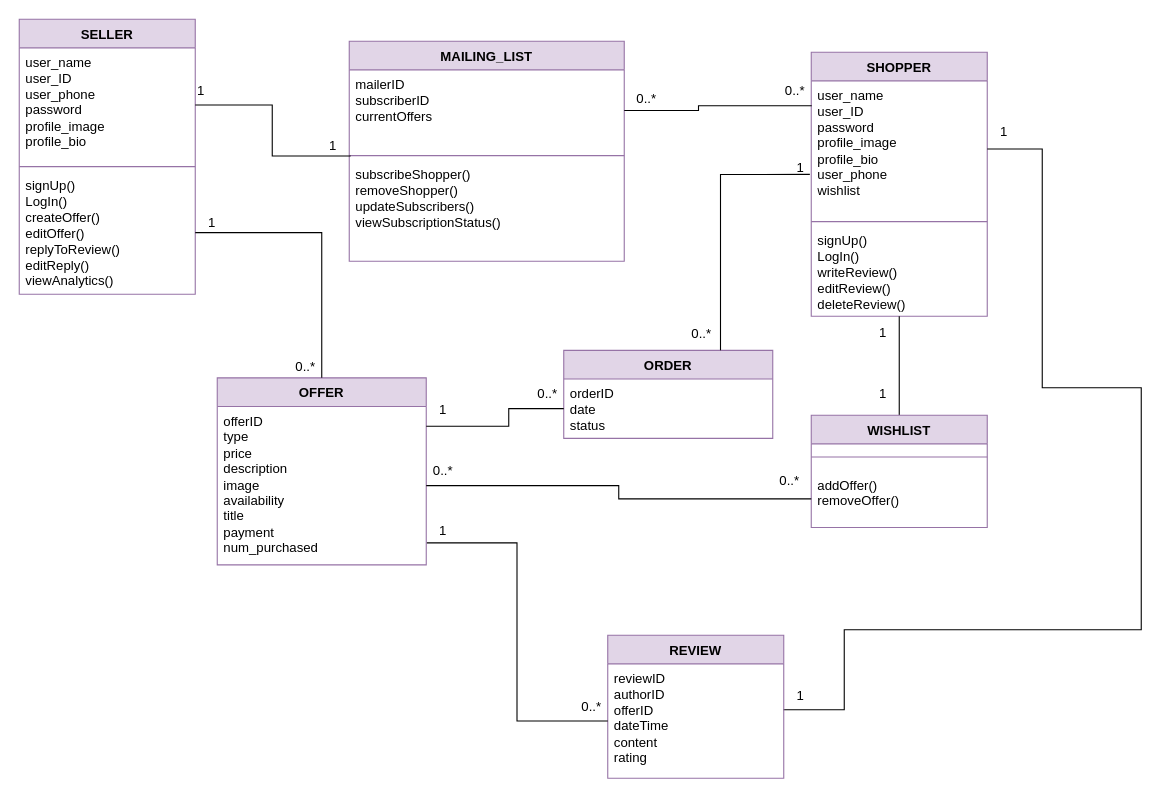
Before: doc/object-oriented-design/drawio/SpartansListUMLDiagram.drawio in wilsonality/f25-team2, a draw.io diagram. Source tidied: cells renumbered, new cells numbered last; positions are measured from the earlier drawing's top-left corner, leaving out a move shared by most shapes. Both pictures are drawn from the tidied source at 110%, with x=0, y=0 at pixel (19, 19).
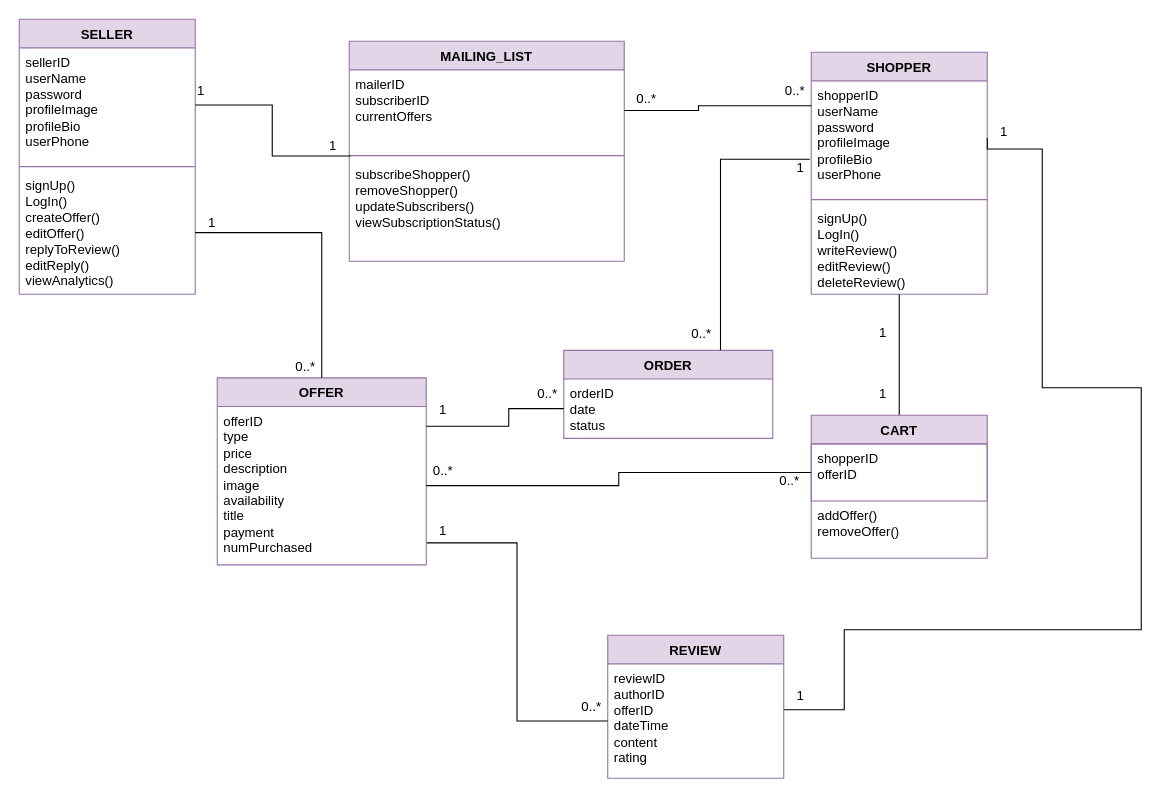
After the change.

Unchanged cells that the change refers to:
```xml
<mxCell id="16" value="SELLER" style="swimlane;fontStyle=1;align=center;verticalAlign=top;horizontal=1;startSize=26;whiteSpace=wrap;html=1;fillColor=#e1d5e7;strokeColor=#9673a6;" parent="1" vertex="1">
  <mxGeometry width="160" height="250" as="geometry" />
</mxCell>
<mxCell id="23" value="OFFER" style="swimlane;fontStyle=1;align=center;verticalAlign=top;horizontal=1;startSize=26;whiteSpace=wrap;html=1;fillColor=#e1d5e7;strokeColor=#9673a6;" parent="1" vertex="1">
  <mxGeometry x="180" y="326" width="190" height="170" as="geometry" />
</mxCell>
```

The edit, as a diff of the source:
```diff
@@
     <mxCell id="4" value="SHOPPER" style="swimlane;fontStyle=1;align=center;verticalAlign=top;horizontal=1;startSize=26;whiteSpace=wrap;html=1;fillColor=#e1d5e7;strokeColor=#9673a6;" parent="1" vertex="1">
-      <mxGeometry x="720" y="30" width="160" height="240" as="geometry" />
+      <mxGeometry x="720" y="30" width="160" height="220" as="geometry" />
     </mxCell>
-    <mxCell id="5" value="user_name&lt;div&gt;user_ID&lt;/div&gt;&lt;div&gt;password&lt;/div&gt;&lt;div&gt;profile_image&lt;/div&gt;&lt;div&gt;profile_bio&lt;/div&gt;&lt;div&gt;user_phone&lt;/div&gt;&lt;div&gt;wishlist&lt;/div&gt;" style="text;strokeColor=none;fillColor=none;align=left;verticalAlign=top;spacingLeft=4;spacingRight=4;overflow=hidden;points=[[0,0.5],[1,0.5]];portConstraint=eastwest;whiteSpace=wrap;html=1;" parent="4" vertex="1">
-      <mxGeometry y="26" width="160" height="124" as="geometry" />
+    <mxCell id="5" value="shopperID&lt;div&gt;userName&lt;div&gt;password&lt;/div&gt;&lt;div&gt;profileImage&lt;/div&gt;&lt;div&gt;profileBio&lt;/div&gt;&lt;div&gt;userPhone&lt;/div&gt;&lt;/div&gt;" style="text;strokeColor=none;fillColor=none;align=left;verticalAlign=top;spacingLeft=4;spacingRight=4;overflow=hidden;points=[[0,0.5],[1,0.5]];portConstraint=eastwest;whiteSpace=wrap;html=1;" parent="4" vertex="1">
+      <mxGeometry y="26" width="160" height="104" as="geometry" />
     </mxCell>
     <mxCell id="6" style="line;strokeWidth=1;fillColor=none;align=left;verticalAlign=middle;spacingTop=-1;spacingLeft=3;spacingRight=3;labelPosition=right;strokeColor=inherit;" parent="4" vertex="1">
-      <mxGeometry y="150" width="160" height="8" as="geometry" />
+      <mxGeometry y="130" width="160" height="8" as="geometry" />
     </mxCell>
     <mxCell id="7" value="signUp()&lt;div&gt;LogIn()&lt;/div&gt;&lt;div&gt;writeReview()&lt;/div&gt;&lt;div&gt;editReview()&lt;/div&gt;&lt;div&gt;deleteReview()&lt;/div&gt;" style="text;strokeColor=none;fillColor=none;align=left;verticalAlign=top;spacingLeft=4;spacingRight=4;overflow=hidden;whiteSpace=wrap;html=1;" parent="4" vertex="1">
-      <mxGeometry y="158" width="160" height="82" as="geometry" />
+      <mxGeometry y="138" width="160" height="82" as="geometry" />
     </mxCell>
@@
-    <mxCell id="9" value="WISHLIST" style="swimlane;fontStyle=1;align=center;verticalAlign=top;horizontal=1;startSize=26;whiteSpace=wrap;html=1;fillColor=#e1d5e7;strokeColor=#9673a6;" parent="1" vertex="1">
-      <mxGeometry x="720" y="360" width="160" height="102" as="geometry" />
+    <mxCell id="9" value="CART" style="swimlane;fontStyle=1;align=center;verticalAlign=top;horizontal=1;startSize=26;whiteSpace=wrap;html=1;fillColor=#e1d5e7;strokeColor=#9673a6;swimlaneLine=1;" parent="1" vertex="1">
+      <mxGeometry x="720" y="360" width="160" height="130" as="geometry" />
     </mxCell>
-    <mxCell id="10" style="line;strokeWidth=1;fillColor=none;align=left;verticalAlign=middle;spacingTop=-1;spacingLeft=3;spacingRight=3;labelPosition=right;strokeColor=inherit;" parent="9" vertex="1">
-      <mxGeometry y="26" width="160" height="24" as="geometry" />
-    </mxCell>
-    <mxCell id="11" value="&lt;div&gt;addOffer()&lt;/div&gt;&lt;div&gt;removeOffer()&lt;/div&gt;" style="text;strokeColor=none;fillColor=none;align=left;verticalAlign=top;spacingLeft=4;spacingRight=4;overflow=hidden;points=[[0,0.5],[1,0.5]];portConstraint=eastwest;whiteSpace=wrap;html=1;" parent="9" vertex="1">
-      <mxGeometry y="50" width="160" height="52" as="geometry" />
+    <mxCell id="11" value="&lt;div&gt;shopperID&lt;/div&gt;&lt;div&gt;offerID&lt;/div&gt;" style="text;align=left;verticalAlign=top;spacingLeft=4;spacingRight=4;overflow=hidden;points=[[0,0.5],[1,0.5]];portConstraint=eastwest;whiteSpace=wrap;html=1;rounded=0;strokeColor=light-dark(#9773a6, #ededed);" parent="9" vertex="1">
+      <mxGeometry y="26" width="160" height="52" as="geometry" />
     </mxCell>
+    <mxCell id="50" value="&lt;div&gt;addOffer()&lt;/div&gt;&lt;div&gt;removeOffer()&lt;/div&gt;" style="text;strokeColor=none;fillColor=none;align=left;verticalAlign=top;spacingLeft=4;spacingRight=4;overflow=hidden;whiteSpace=wrap;html=1;" parent="9" vertex="1">
+      <mxGeometry y="78" width="160" height="52" as="geometry" />
+    </mxCell>
@@
-    <mxCell id="17" value="user_name&lt;div&gt;user_ID&lt;/div&gt;&lt;div&gt;user_phone&lt;/div&gt;&lt;div&gt;password&lt;/div&gt;&lt;div&gt;profile_image&lt;/div&gt;&lt;div&gt;profile_bio&lt;/div&gt;" style="text;strokeColor=none;fillColor=none;align=left;verticalAlign=top;spacingLeft=4;spacingRight=4;overflow=hidden;points=[[0,0.5],[1,0.5]];portConstraint=eastwest;whiteSpace=wrap;html=1;" parent="16" vertex="1">
+    <mxCell id="17" value="sellerID&lt;div&gt;userName&lt;div&gt;password&lt;/div&gt;&lt;div&gt;profileImage&lt;/div&gt;&lt;div&gt;profileBio&lt;/div&gt;&lt;div&gt;userPhone&lt;/div&gt;&lt;/div&gt;" style="text;strokeColor=none;fillColor=none;align=left;verticalAlign=top;spacingLeft=4;spacingRight=4;overflow=hidden;points=[[0,0.5],[1,0.5]];portConstraint=eastwest;whiteSpace=wrap;html=1;" parent="16" vertex="1">
       <mxGeometry y="26" width="160" height="104" as="geometry" />
     </mxCell>
@@
-    <mxCell id="24" value="&lt;div&gt;&lt;span style=&quot;background-color: transparent; color: light-dark(rgb(0, 0, 0), rgb(255, 255, 255));&quot;&gt;offerID&lt;/span&gt;&lt;/div&gt;&lt;div&gt;&lt;span style=&quot;background-color: transparent; color: light-dark(rgb(0, 0, 0), rgb(255, 255, 255));&quot;&gt;type&lt;/span&gt;&lt;/div&gt;&lt;div&gt;price&lt;/div&gt;&lt;div&gt;description&lt;/div&gt;&lt;div&gt;image&lt;/div&gt;&lt;div&gt;availability&lt;/div&gt;&lt;div&gt;title&lt;/div&gt;&lt;div&gt;payment&lt;/div&gt;&lt;div&gt;num_purchased&lt;/div&gt;" style="text;strokeColor=none;fillColor=none;align=left;verticalAlign=top;spacingLeft=4;spacingRight=4;overflow=hidden;points=[[0,0.5],[1,0.5]];portConstraint=eastwest;whiteSpace=wrap;html=1;" parent="23" vertex="1">
+    <mxCell id="24" value="&lt;div&gt;&lt;span style=&quot;background-color: transparent; color: light-dark(rgb(0, 0, 0), rgb(255, 255, 255));&quot;&gt;offerID&lt;/span&gt;&lt;/div&gt;&lt;div&gt;&lt;span style=&quot;background-color: transparent; color: light-dark(rgb(0, 0, 0), rgb(255, 255, 255));&quot;&gt;type&lt;/span&gt;&lt;/div&gt;&lt;div&gt;price&lt;/div&gt;&lt;div&gt;description&lt;/div&gt;&lt;div&gt;image&lt;/div&gt;&lt;div&gt;availability&lt;/div&gt;&lt;div&gt;title&lt;/div&gt;&lt;div&gt;payment&lt;/div&gt;&lt;div&gt;numPurchased&lt;/div&gt;" style="text;strokeColor=none;fillColor=none;align=left;verticalAlign=top;spacingLeft=4;spacingRight=4;overflow=hidden;points=[[0,0.5],[1,0.5]];portConstraint=eastwest;whiteSpace=wrap;html=1;" parent="23" vertex="1">
       <mxGeometry y="26" width="190" height="144" as="geometry" />
     </mxCell>
```
